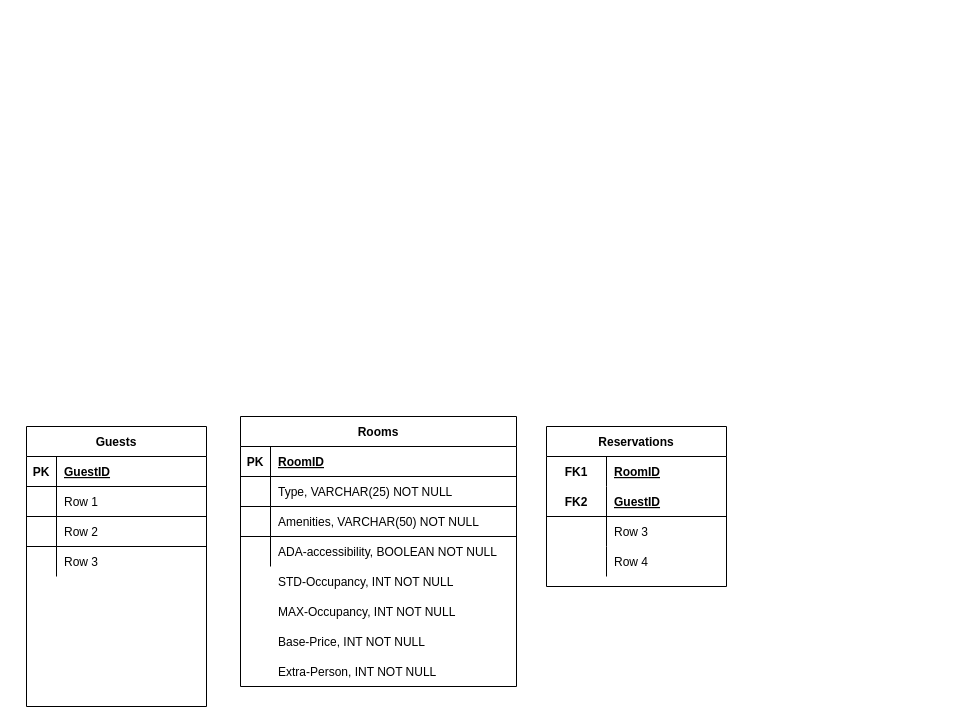
The draw.io diagram Untitled Diagram.drawio in jeff-tor/wiley-sre-training, before the edit. Source tidied: cells renumbered, new cells numbered last; positions are measured from the earlier drawing's top-left corner, leaving out a move shared by most shapes. Both pictures are drawn from the tidied source at 100%, with x=0, y=0 at pixel (26, 416).
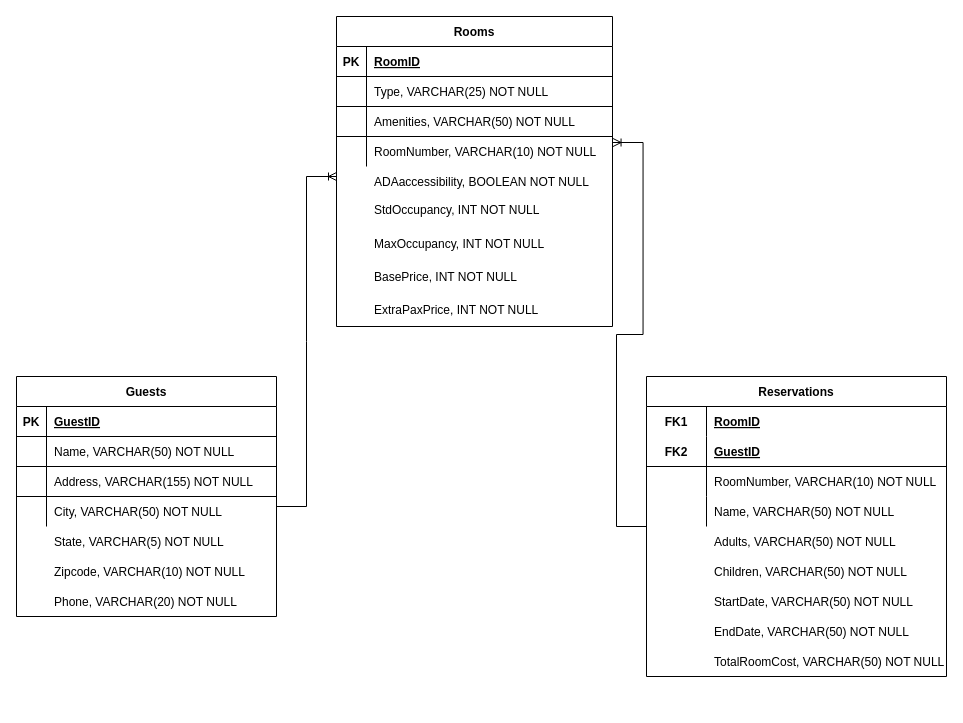
After the change.

The edit, as a diff of the source:
```diff
@@
+    <mxCell id="45" style="group;" parent="1" vertex="1">
+      <mxGeometry x="310" y="-400" width="276" height="310" as="geometry" />
+    </mxCell>
+    <mxCell id="46" style="group;" parent="45" vertex="1">
+      <mxGeometry width="276" height="310" as="geometry" />
+    </mxCell>
+    <mxCell id="15" value="Rooms" style="shape=table;startSize=30;childLayout=tableLayout;rowLines=1;fontStyle=1;align=center;" parent="46" vertex="1">
+      <mxGeometry width="276" height="310" as="geometry" />
+    </mxCell>
+    <mxCell id="16" style="shape=tableRow;horizontal=0;startSize=0;swimlaneHead=0;swimlaneBody=0;fillColor=none;top=0;left=0;right=0;bottom=1;" parent="15" vertex="1">
+      <mxGeometry y="30" width="276" height="30" as="geometry" />
+    </mxCell>
+    <mxCell id="17" value="PK" style="shape=partialRectangle;fillColor=none;top=0;left=0;bottom=0;right=0;fontStyle=1;overflow=hidden;" parent="16" vertex="1">
+      <mxGeometry width="30" height="30" as="geometry" />
+    </mxCell>
+    <mxCell id="18" value="RoomID" style="shape=partialRectangle;fillColor=none;top=0;left=0;bottom=0;right=0;align=left;spacingLeft=6;fontStyle=5;overflow=hidden;" parent="16" vertex="1">
+      <mxGeometry x="30" width="246" height="30" as="geometry" />
+    </mxCell>
+    <mxCell id="19" style="shape=tableRow;horizontal=0;startSize=0;swimlaneHead=0;swimlaneBody=0;fillColor=none;top=0;left=0;right=0;bottom=0;" parent="15" vertex="1">
+      <mxGeometry y="60" width="276" height="30" as="geometry" />
+    </mxCell>
+    <mxCell id="20" style="shape=partialRectangle;fillColor=none;top=0;left=0;bottom=0;right=0;overflow=hidden;" parent="19" vertex="1">
+      <mxGeometry width="30" height="30" as="geometry" />
+    </mxCell>
+    <mxCell id="21" value="Type, VARCHAR(25) NOT NULL" style="shape=partialRectangle;fillColor=none;top=0;left=0;bottom=0;right=0;align=left;spacingLeft=6;overflow=hidden;" parent="19" vertex="1">
+      <mxGeometry x="30" width="246" height="30" as="geometry" />
+    </mxCell>
+    <mxCell id="22" style="shape=tableRow;horizontal=0;startSize=0;swimlaneHead=0;swimlaneBody=0;fillColor=none;top=0;left=0;right=0;bottom=0;" parent="15" vertex="1">
+      <mxGeometry y="90" width="276" height="30" as="geometry" />
+    </mxCell>
+    <mxCell id="23" style="shape=partialRectangle;fillColor=none;top=0;left=0;bottom=0;right=0;overflow=hidden;" parent="22" vertex="1">
+      <mxGeometry width="30" height="30" as="geometry" />
+    </mxCell>
+    <mxCell id="24" value="Amenities, VARCHAR(50) NOT NULL" style="shape=partialRectangle;fillColor=none;top=0;left=0;bottom=0;right=0;align=left;spacingLeft=6;overflow=hidden;" parent="22" vertex="1">
+      <mxGeometry x="30" width="246" height="30" as="geometry" />
+    </mxCell>
+    <mxCell id="25" style="shape=tableRow;horizontal=0;startSize=0;swimlaneHead=0;swimlaneBody=0;fillColor=none;points=[[0,0.5],[1,0.5]];portConstraint=eastwest;top=0;left=0;right=0;bottom=0;" parent="15" vertex="1">
+      <mxGeometry y="120" width="276" height="30" as="geometry" />
+    </mxCell>
+    <mxCell id="26" style="shape=partialRectangle;fillColor=none;top=0;left=0;bottom=0;right=0;overflow=hidden;" parent="25" vertex="1">
+      <mxGeometry width="30" height="30" as="geometry" />
+    </mxCell>
+    <mxCell id="27" value="RoomNumber, VARCHAR(10) NOT NULL" style="shape=partialRectangle;fillColor=none;top=0;left=0;bottom=0;right=0;align=left;spacingLeft=6;overflow=hidden;" parent="25" vertex="1">
+      <mxGeometry x="30" width="246" height="30" as="geometry" />
+    </mxCell>
+    <mxCell id="41" value="StdOccupancy, INT NOT NULL" style="shape=partialRectangle;fillColor=none;top=0;left=0;bottom=0;right=0;align=left;spacingLeft=6;overflow=hidden;" parent="46" vertex="1">
+      <mxGeometry x="30" y="176.7" width="246" height="33.3" as="geometry" />
+    </mxCell>
+    <mxCell id="42" value="MaxOccupancy, INT NOT NULL" style="shape=partialRectangle;fillColor=none;top=0;left=0;bottom=0;right=0;align=left;spacingLeft=6;overflow=hidden;" parent="46" vertex="1">
+      <mxGeometry x="30" y="210" width="246" height="33.3" as="geometry" />
+    </mxCell>
+    <mxCell id="43" value="BasePrice, INT NOT NULL" style="shape=partialRectangle;fillColor=none;top=0;left=0;bottom=0;right=0;align=left;spacingLeft=6;overflow=hidden;" parent="46" vertex="1">
+      <mxGeometry x="30" y="243.3" width="246" height="33.3" as="geometry" />
+    </mxCell>
+    <mxCell id="44" value="ExtraPaxPrice, INT NOT NULL" style="shape=partialRectangle;fillColor=none;top=0;left=0;bottom=0;right=0;align=left;spacingLeft=6;overflow=hidden;" parent="46" vertex="1">
+      <mxGeometry x="30" y="276.7" width="246" height="33.3" as="geometry" />
+    </mxCell>
+    <mxCell id="47" value="ADAaccessibility, BOOLEAN NOT NULL" style="shape=partialRectangle;fillColor=none;top=0;left=0;bottom=0;right=0;align=left;spacingLeft=6;overflow=hidden;" parent="46" vertex="1">
+      <mxGeometry x="30" y="148" width="246" height="33.3" as="geometry" />
+    </mxCell>
+    <mxCell id="48" style="shape=tableRow;horizontal=0;startSize=0;swimlaneHead=0;swimlaneBody=0;fillColor=none;top=0;left=0;right=0;bottom=0;" parent="1" vertex="1">
+      <mxGeometry x="10" y="110" width="260" height="30" as="geometry" />
+    </mxCell>
+    <mxCell id="49" style="shape=partialRectangle;fillColor=none;top=0;left=0;bottom=0;right=0;overflow=hidden;" parent="48" vertex="1">
+      <mxGeometry width="30" height="30" as="geometry" />
+    </mxCell>
+    <mxCell id="50" value="State, VARCHAR(5) NOT NULL" style="shape=partialRectangle;fillColor=none;top=0;left=0;bottom=0;right=0;align=left;spacingLeft=6;overflow=hidden;" parent="48" vertex="1">
+      <mxGeometry x="10" width="230" height="30" as="geometry" />
+    </mxCell>
+    <mxCell id="51" style="shape=tableRow;horizontal=0;startSize=0;swimlaneHead=0;swimlaneBody=0;fillColor=none;top=0;left=0;right=0;bottom=0;" parent="1" vertex="1">
+      <mxGeometry x="10" y="140" width="260" height="30" as="geometry" />
+    </mxCell>
+    <mxCell id="52" style="shape=partialRectangle;fillColor=none;top=0;left=0;bottom=0;right=0;overflow=hidden;" parent="51" vertex="1">
+      <mxGeometry width="30" height="30" as="geometry" />
+    </mxCell>
+    <mxCell id="53" value="Zipcode, VARCHAR(10) NOT NULL" style="shape=partialRectangle;fillColor=none;top=0;left=0;bottom=0;right=0;align=left;spacingLeft=6;overflow=hidden;" parent="51" vertex="1">
+      <mxGeometry x="10" width="230" height="30" as="geometry" />
+    </mxCell>
+    <mxCell id="54" style="group;" parent="1" vertex="1">
+      <mxGeometry x="-10" y="-40" width="260" height="240" as="geometry" />
+    </mxCell>
-    <mxCell id="2" value="Guests" style="shape=table;startSize=30;childLayout=tableLayout;rowLines=1;fontStyle=1;align=center;" parent="1" vertex="1">
-      <mxGeometry y="10" width="180" height="280" as="geometry" />
+    <mxCell id="2" value="Guests" style="shape=table;startSize=30;childLayout=tableLayout;rowLines=1;fontStyle=1;align=center;" parent="54" vertex="1">
+      <mxGeometry width="260" height="240" as="geometry" />
     </mxCell>
     <mxCell id="3" style="shape=tableRow;horizontal=0;startSize=0;swimlaneHead=0;swimlaneBody=0;fillColor=none;top=0;left=0;right=0;bottom=1;" parent="2" vertex="1">
-      <mxGeometry y="30" width="180" height="30" as="geometry" />
+      <mxGeometry y="30" width="260" height="30" as="geometry" />
     </mxCell>
@@
     <mxCell id="5" value="GuestID" style="shape=partialRectangle;fillColor=none;top=0;left=0;bottom=0;right=0;align=left;spacingLeft=6;fontStyle=5;overflow=hidden;" parent="3" vertex="1">
-      <mxGeometry x="30" width="150" height="30" as="geometry" />
+      <mxGeometry x="30" width="230" height="30" as="geometry" />
     </mxCell>
     <mxCell id="6" style="shape=tableRow;horizontal=0;startSize=0;swimlaneHead=0;swimlaneBody=0;fillColor=none;top=0;left=0;right=0;bottom=0;" parent="2" vertex="1">
-      <mxGeometry y="60" width="180" height="30" as="geometry" />
+      <mxGeometry y="60" width="260" height="30" as="geometry" />
     </mxCell>
@@
-    <mxCell id="8" value="Row 1" style="shape=partialRectangle;fillColor=none;top=0;left=0;bottom=0;right=0;align=left;spacingLeft=6;overflow=hidden;" parent="6" vertex="1">
-      <mxGeometry x="30" width="150" height="30" as="geometry" />
+    <mxCell id="8" value="Name, VARCHAR(50) NOT NULL" style="shape=partialRectangle;fillColor=none;top=0;left=0;bottom=0;right=0;align=left;spacingLeft=6;overflow=hidden;" parent="6" vertex="1">
+      <mxGeometry x="30" width="230" height="30" as="geometry" />
     </mxCell>
     <mxCell id="9" style="shape=tableRow;horizontal=0;startSize=0;swimlaneHead=0;swimlaneBody=0;fillColor=none;top=0;left=0;right=0;bottom=0;" parent="2" vertex="1">
-      <mxGeometry y="90" width="180" height="30" as="geometry" />
+      <mxGeometry y="90" width="260" height="30" as="geometry" />
     </mxCell>
@@
-    <mxCell id="11" value="Row 2" style="shape=partialRectangle;fillColor=none;top=0;left=0;bottom=0;right=0;align=left;spacingLeft=6;overflow=hidden;" parent="9" vertex="1">
-      <mxGeometry x="30" width="150" height="30" as="geometry" />
+    <mxCell id="11" value="Address, VARCHAR(155) NOT NULL" style="shape=partialRectangle;fillColor=none;top=0;left=0;bottom=0;right=0;align=left;spacingLeft=6;overflow=hidden;" parent="9" vertex="1">
+      <mxGeometry x="30" width="230" height="30" as="geometry" />
     </mxCell>
     <mxCell id="12" style="shape=tableRow;horizontal=0;startSize=0;swimlaneHead=0;swimlaneBody=0;fillColor=none;top=0;left=0;right=0;bottom=0;" parent="2" vertex="1">
-      <mxGeometry y="120" width="180" height="30" as="geometry" />
+      <mxGeometry y="120" width="260" height="30" as="geometry" />
     </mxCell>
@@
-    <mxCell id="14" value="Row 3" style="shape=partialRectangle;fillColor=none;top=0;left=0;bottom=0;right=0;align=left;spacingLeft=6;overflow=hidden;" parent="12" vertex="1">
-      <mxGeometry x="30" width="150" height="30" as="geometry" />
+    <mxCell id="14" value="City, VARCHAR(50) NOT NULL" style="shape=partialRectangle;fillColor=none;top=0;left=0;bottom=0;right=0;align=left;spacingLeft=6;overflow=hidden;" parent="12" vertex="1">
+      <mxGeometry x="30" width="230" height="30" as="geometry" />
     </mxCell>
-    <mxCell id="15" value="Rooms" style="shape=table;startSize=30;childLayout=tableLayout;rowLines=1;fontStyle=1;align=center;" parent="1" vertex="1">
-      <mxGeometry x="214" width="276" height="270" as="geometry" />
-    </mxCell>
-    <mxCell id="16" style="shape=tableRow;horizontal=0;startSize=0;swimlaneHead=0;swimlaneBody=0;fillColor=none;top=0;left=0;right=0;bottom=1;" parent="15" vertex="1">
-      <mxGeometry y="30" width="276" height="30" as="geometry" />
-    </mxCell>
-    <mxCell id="17" value="PK" style="shape=partialRectangle;fillColor=none;top=0;left=0;bottom=0;right=0;fontStyle=1;overflow=hidden;" parent="16" vertex="1">
-      <mxGeometry width="30" height="30" as="geometry" />
-    </mxCell>
-    <mxCell id="18" value="RoomID" style="shape=partialRectangle;fillColor=none;top=0;left=0;bottom=0;right=0;align=left;spacingLeft=6;fontStyle=5;overflow=hidden;" parent="16" vertex="1">
-      <mxGeometry x="30" width="246" height="30" as="geometry" />
-    </mxCell>
-    <mxCell id="19" style="shape=tableRow;horizontal=0;startSize=0;swimlaneHead=0;swimlaneBody=0;fillColor=none;top=0;left=0;right=0;bottom=0;" parent="15" vertex="1">
-      <mxGeometry y="60" width="276" height="30" as="geometry" />
-    </mxCell>
-    <mxCell id="20" style="shape=partialRectangle;fillColor=none;top=0;left=0;bottom=0;right=0;overflow=hidden;" parent="19" vertex="1">
-      <mxGeometry width="30" height="30" as="geometry" />
-    </mxCell>
-    <mxCell id="21" value="Type, VARCHAR(25) NOT NULL" style="shape=partialRectangle;fillColor=none;top=0;left=0;bottom=0;right=0;align=left;spacingLeft=6;overflow=hidden;" parent="19" vertex="1">
-      <mxGeometry x="30" width="246" height="30" as="geometry" />
-    </mxCell>
-    <mxCell id="22" style="shape=tableRow;horizontal=0;startSize=0;swimlaneHead=0;swimlaneBody=0;fillColor=none;top=0;left=0;right=0;bottom=0;" parent="15" vertex="1">
-      <mxGeometry y="90" width="276" height="30" as="geometry" />
-    </mxCell>
-    <mxCell id="23" style="shape=partialRectangle;fillColor=none;top=0;left=0;bottom=0;right=0;overflow=hidden;" parent="22" vertex="1">
-      <mxGeometry width="30" height="30" as="geometry" />
-    </mxCell>
-    <mxCell id="24" value="Amenities, VARCHAR(50) NOT NULL" style="shape=partialRectangle;fillColor=none;top=0;left=0;bottom=0;right=0;align=left;spacingLeft=6;overflow=hidden;" parent="22" vertex="1">
-      <mxGeometry x="30" width="246" height="30" as="geometry" />
-    </mxCell>
-    <mxCell id="25" style="shape=tableRow;horizontal=0;startSize=0;swimlaneHead=0;swimlaneBody=0;fillColor=none;points=[[0,0.5],[1,0.5]];portConstraint=eastwest;top=0;left=0;right=0;bottom=0;" parent="15" vertex="1">
-      <mxGeometry y="120" width="276" height="30" as="geometry" />
-    </mxCell>
-    <mxCell id="26" style="shape=partialRectangle;fillColor=none;top=0;left=0;bottom=0;right=0;overflow=hidden;" parent="25" vertex="1">
-      <mxGeometry width="30" height="30" as="geometry" />
-    </mxCell>
-    <mxCell id="27" value="ADA-accessibility, BOOLEAN NOT NULL" style="shape=partialRectangle;fillColor=none;top=0;left=0;bottom=0;right=0;align=left;spacingLeft=6;overflow=hidden;" parent="25" vertex="1">
-      <mxGeometry x="30" width="246" height="30" as="geometry" />
-    </mxCell>
+    <mxCell id="55" value="Phone, VARCHAR(20) NOT NULL" style="shape=partialRectangle;fillColor=none;top=0;left=0;bottom=0;right=0;align=left;spacingLeft=6;overflow=hidden;" parent="54" vertex="1">
+      <mxGeometry x="30" y="210" width="230" height="30" as="geometry" />
+    </mxCell>
+    <mxCell id="56" style="edgeStyle=entityRelationEdgeStyle;fontSize=12;html=1;endArrow=ERoneToMany;rounded=0;" parent="1" edge="1">
+      <mxGeometry relative="1" as="geometry">
+        <mxPoint x="250" y="90" as="sourcePoint" />
+        <mxPoint x="310" y="-240" as="targetPoint" />
+      </mxGeometry>
+    </mxCell>
+    <mxCell id="57" style="group;" parent="1" vertex="1">
+      <mxGeometry x="620" y="-40" width="300" height="300" as="geometry" />
+    </mxCell>
-    <mxCell id="28" value="Reservations" style="shape=table;startSize=30;childLayout=tableLayout;rowLines=0;fontStyle=1;align=center;" parent="1" vertex="1">
-      <mxGeometry x="520" y="10" width="180" height="160" as="geometry" />
+    <mxCell id="28" value="Reservations" style="shape=table;startSize=30;childLayout=tableLayout;rowLines=0;fontStyle=1;align=center;" parent="57" vertex="1">
+      <mxGeometry width="300" height="300" as="geometry" />
     </mxCell>
     <mxCell id="29" style="shape=tableRow;horizontal=0;startSize=0;swimlaneHead=0;swimlaneBody=0;fillColor=none;top=0;left=0;right=0;bottom=0;" parent="28" vertex="1">
-      <mxGeometry y="30" width="180" height="30" as="geometry" />
+      <mxGeometry y="30" width="300" height="30" as="geometry" />
     </mxCell>
@@
     <mxCell id="31" value="RoomID" style="shape=partialRectangle;fillColor=none;top=0;left=0;bottom=0;right=0;align=left;spacingLeft=6;fontStyle=5;overflow=hidden;" parent="29" vertex="1">
-      <mxGeometry x="60" width="120" height="30" as="geometry" />
+      <mxGeometry x="60" width="240" height="30" as="geometry" />
     </mxCell>
     <mxCell id="32" style="shape=tableRow;horizontal=0;startSize=0;swimlaneHead=0;swimlaneBody=0;fillColor=none;top=0;left=0;right=0;bottom=1;" parent="28" vertex="1">
-      <mxGeometry y="60" width="180" height="30" as="geometry" />
+      <mxGeometry y="60" width="300" height="30" as="geometry" />
     </mxCell>
@@
     <mxCell id="34" value="GuestID" style="shape=partialRectangle;fillColor=none;top=0;left=0;bottom=0;right=0;align=left;spacingLeft=6;fontStyle=5;overflow=hidden;" parent="32" vertex="1">
-      <mxGeometry x="60" width="120" height="30" as="geometry" />
+      <mxGeometry x="60" width="240" height="30" as="geometry" />
     </mxCell>
     <mxCell id="35" style="shape=tableRow;horizontal=0;startSize=0;swimlaneHead=0;swimlaneBody=0;fillColor=none;top=0;left=0;right=0;bottom=0;" parent="28" vertex="1">
-      <mxGeometry y="90" width="180" height="30" as="geometry" />
+      <mxGeometry y="90" width="300" height="30" as="geometry" />
     </mxCell>
@@
-    <mxCell id="37" value="Row 3" style="shape=partialRectangle;fillColor=none;top=0;left=0;bottom=0;right=0;align=left;spacingLeft=6;overflow=hidden;" parent="35" vertex="1">
-      <mxGeometry x="60" width="120" height="30" as="geometry" />
+    <mxCell id="37" value="RoomNumber, VARCHAR(10) NOT NULL" style="shape=partialRectangle;fillColor=none;top=0;left=0;bottom=0;right=0;align=left;spacingLeft=6;overflow=hidden;" parent="35" vertex="1">
+      <mxGeometry x="60" width="240" height="30" as="geometry" />
     </mxCell>
     <mxCell id="38" style="shape=tableRow;horizontal=0;startSize=0;swimlaneHead=0;swimlaneBody=0;fillColor=none;top=0;left=0;right=0;bottom=0;" parent="28" vertex="1">
-      <mxGeometry y="120" width="180" height="30" as="geometry" />
+      <mxGeometry y="120" width="300" height="30" as="geometry" />
     </mxCell>
@@
-    <mxCell id="40" value="Row 4" style="shape=partialRectangle;fillColor=none;top=0;left=0;bottom=0;right=0;align=left;spacingLeft=6;overflow=hidden;" parent="38" vertex="1">
-      <mxGeometry x="60" width="120" height="30" as="geometry" />
+    <mxCell id="40" value="Name, VARCHAR(50) NOT NULL" style="shape=partialRectangle;fillColor=none;top=0;left=0;bottom=0;right=0;align=left;spacingLeft=6;overflow=hidden;" parent="38" vertex="1">
+      <mxGeometry x="60" width="240" height="30" as="geometry" />
     </mxCell>
-    <mxCell id="41" value="STD-Occupancy, INT NOT NULL" style="shape=partialRectangle;fillColor=none;top=0;left=0;bottom=0;right=0;align=left;spacingLeft=6;overflow=hidden;" parent="1" vertex="1">
-      <mxGeometry x="244" y="150" width="246" height="30" as="geometry" />
-    </mxCell>
-    <mxCell id="42" value="MAX-Occupancy, INT NOT NULL" style="shape=partialRectangle;fillColor=none;top=0;left=0;bottom=0;right=0;align=left;spacingLeft=6;overflow=hidden;" parent="1" vertex="1">
-      <mxGeometry x="244" y="180" width="246" height="30" as="geometry" />
-    </mxCell>
-    <mxCell id="43" value="Base-Price, INT NOT NULL" style="shape=partialRectangle;fillColor=none;top=0;left=0;bottom=0;right=0;align=left;spacingLeft=6;overflow=hidden;" parent="1" vertex="1">
-      <mxGeometry x="244" y="210" width="246" height="30" as="geometry" />
-    </mxCell>
-    <mxCell id="44" value="Extra-Person, INT NOT NULL" style="shape=partialRectangle;fillColor=none;top=0;left=0;bottom=0;right=0;align=left;spacingLeft=6;overflow=hidden;" parent="1" vertex="1">
-      <mxGeometry x="244" y="240" width="246" height="30" as="geometry" />
-    </mxCell>
+    <mxCell id="58" value="Adults, VARCHAR(50) NOT NULL" style="shape=partialRectangle;fillColor=none;top=0;left=0;bottom=0;right=0;align=left;spacingLeft=6;overflow=hidden;" parent="57" vertex="1">
+      <mxGeometry x="60" y="150" width="240" height="30" as="geometry" />
+    </mxCell>
+    <mxCell id="59" value="Children, VARCHAR(50) NOT NULL" style="shape=partialRectangle;fillColor=none;top=0;left=0;bottom=0;right=0;align=left;spacingLeft=6;overflow=hidden;" parent="57" vertex="1">
+      <mxGeometry x="60" y="180" width="240" height="30" as="geometry" />
+    </mxCell>
+    <mxCell id="60" value="StartDate, VARCHAR(50) NOT NULL" style="shape=partialRectangle;fillColor=none;top=0;left=0;bottom=0;right=0;align=left;spacingLeft=6;overflow=hidden;" parent="57" vertex="1">
+      <mxGeometry x="60" y="210" width="240" height="30" as="geometry" />
+    </mxCell>
+    <mxCell id="61" value="EndDate, VARCHAR(50) NOT NULL" style="shape=partialRectangle;fillColor=none;top=0;left=0;bottom=0;right=0;align=left;spacingLeft=6;overflow=hidden;" parent="57" vertex="1">
+      <mxGeometry x="60" y="240" width="240" height="30" as="geometry" />
+    </mxCell>
+    <mxCell id="62" value="TotalRoomCost, VARCHAR(50) NOT NULL" style="shape=partialRectangle;fillColor=none;top=0;left=0;bottom=0;right=0;align=left;spacingLeft=6;overflow=hidden;" parent="57" vertex="1">
+      <mxGeometry x="60" y="270" width="240" height="30" as="geometry" />
+    </mxCell>
+    <mxCell id="63" style="edgeStyle=entityRelationEdgeStyle;fontSize=12;html=1;endArrow=ERoneToMany;rounded=0;entryX=1.002;entryY=0.2;entryDx=0;entryDy=0;entryPerimeter=0;" parent="1" edge="1" source="28" target="25">
+      <mxGeometry relative="1" as="geometry" />
+    </mxCell>
```
